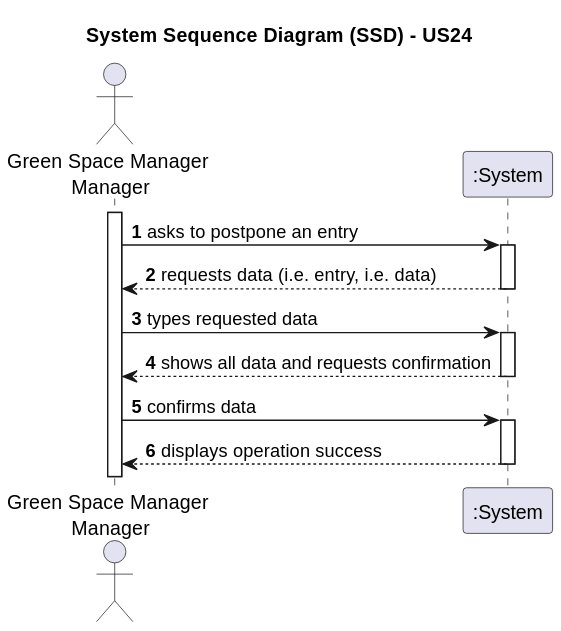
This is docs/sprintC/us0024/01.requirements-engineering/svg/us24-system-sequence-diagram.svg from Mendoncaa/LAPR2, a PlantUML export, as it was before one commit. Source of this version:
```plantuml
@startuml
skinparam monochrome false
skinparam packageStyle rectangle
skinparam shadowing false

title System Sequence Diagram (SSD) - US24

autonumber

actor "Green Space Manager \nManager" as GSM
participant ":System" as System

activate GSM

    GSM -> System : asks to postpone an entry
    activate System

        System --> GSM : requests data (i.e. entry, i.e. data)
    deactivate System

    GSM -> System : types requested data
    activate System

        System --> GSM : shows all data and requests confirmation
    deactivate System

    GSM -> System : confirms data
    activate System

        System --> GSM : displays operation success
    deactivate System
@enduml
```
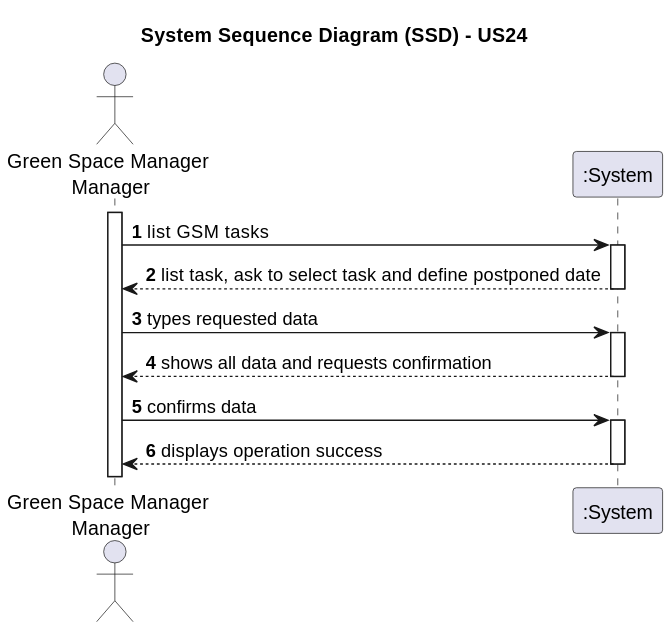
Above is the later version.

What changed in the source:
```diff
@@ -12,10 +12,10 @@
 
 activate GSM
 
-    GSM -> System : asks to postpone an entry
+    GSM -> System : list GSM tasks
     activate System
 
-        System --> GSM : requests data (i.e. entry, i.e. data)
+        System --> GSM : list task, ask to select task and define postponed date
     deactivate System
 
     GSM -> System : types requested data
```
